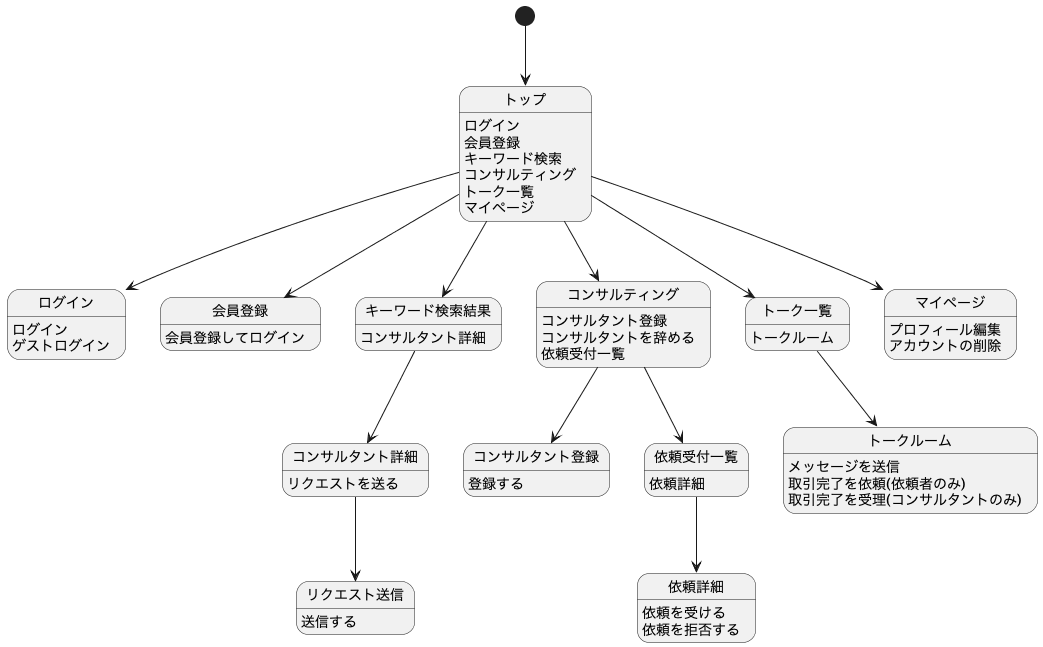
Earlier version of the PlantUML export documents/screen_flow_diagram.png (nobukofu69/origin-idea). Its diagram source:
```plantuml
@startuml

[*] --> トップ
トップ : ログイン
トップ : 会員登録
トップ : キーワード検索
トップ : コンサルティング
トップ : トーク一覧
トップ : マイページ
トップ --> ログイン
トップ --> 会員登録
トップ --> キーワード検索結果
トップ --> コンサルティング
トップ --> トーク一覧
トップ --> マイページ

ログイン : ログイン
ログイン : ゲストログイン

会員登録 : 会員登録してログイン

キーワード検索結果: コンサルタント詳細
キーワード検索結果 --> コンサルタント詳細

コンサルタント詳細 : リクエストを送る
コンサルタント詳細 --> リクエスト送信

リクエスト送信 : 送信する

コンサルティング : コンサルタント登録
コンサルティング : コンサルタントを辞める
コンサルティング : 依頼受付一覧
コンサルティング --> コンサルタント登録
コンサルティング --> 依頼受付一覧

コンサルタント登録 : 登録する

トーク一覧 :トークルーム
トーク一覧 --> トークルーム

トークルーム : メッセージを送信
トークルーム : 取引完了を依頼(依頼者のみ)
トークルーム : 取引完了を受理(コンサルタントのみ)

依頼受付一覧 : 依頼詳細
依頼受付一覧 --> 依頼詳細

依頼詳細 : 依頼を受ける
依頼詳細 : 依頼を拒否する


マイページ : プロフィール編集
マイページ : アカウントの削除



@enduml
```
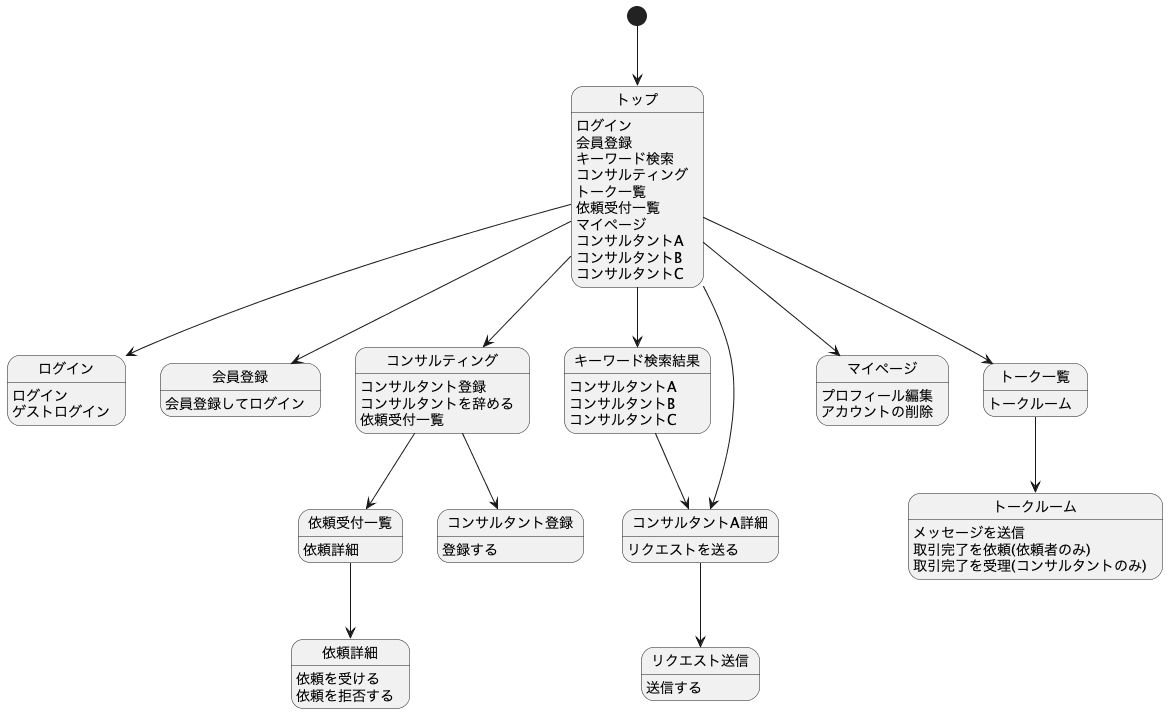
Above is the later version.

Commit message:
screen_flow_diagramを修正

Diff of the diagram source:
```diff
@@ -6,24 +6,31 @@
 トップ : キーワード検索
 トップ : コンサルティング
 トップ : トーク一覧
+トップ : 依頼受付一覧
 トップ : マイページ
+トップ : コンサルタントA
+トップ : コンサルタントB
+トップ : コンサルタントC
 トップ --> ログイン
 トップ --> 会員登録
 トップ --> キーワード検索結果
 トップ --> コンサルティング
 トップ --> トーク一覧
 トップ --> マイページ
+トップ --> コンサルタントA詳細
 
 ログイン : ログイン
 ログイン : ゲストログイン
 
 会員登録 : 会員登録してログイン
 
-キーワード検索結果: コンサルタント詳細
-キーワード検索結果 --> コンサルタント詳細
+キーワード検索結果: コンサルタントA
+キーワード検索結果: コンサルタントB
+キーワード検索結果: コンサルタントC
+キーワード検索結果 --> コンサルタントA詳細
 
-コンサルタント詳細 : リクエストを送る
-コンサルタント詳細 --> リクエスト送信
+コンサルタントA詳細 : リクエストを送る
+コンサルタントA詳細 --> リクエスト送信
 
 リクエスト送信 : 送信する
 
```
